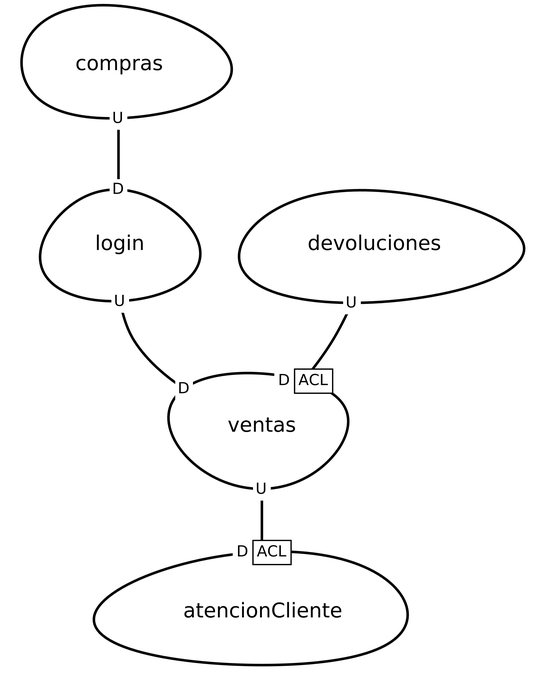
Earlier version of the Graphviz export src-gen/LAB02_proyectoEcomerce_ContexMapper_ContextMap.png (Jhonat20/LAB02_proyectoEcomerce_ContexMapper). Its source is kept beside it as src-gen/LAB02_proyectoEcomerce_ContexMapper_ContextMap.gv.
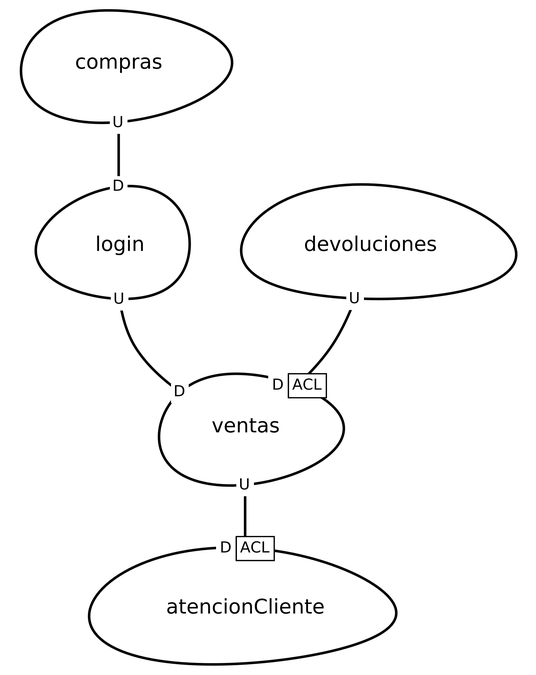
Above is the later version.

What changed in the source:
```diff
@@ -1,10 +1,10 @@
 digraph "ContextMapGraph" {
 graph ["imagepath"="/tmp/GraphvizJava"]
-"atencionCliente" ["margin"="0.3","orientation"="58","shape"="egg","fontsize"="16","style"="bold","label"="atencionCliente\n","fontname"="sans-serif"]
-"compras" ["margin"="0.3","orientation"="48","shape"="egg","fontsize"="16","style"="bold","label"="compras\n","fontname"="sans-serif"]
-"login" ["margin"="0.3","orientation"="140","shape"="egg","fontsize"="16","style"="bold","label"="login\n","fontname"="sans-serif"]
-"ventas" ["margin"="0.3","orientation"="287","shape"="egg","fontsize"="16","style"="bold","label"="ventas\n","fontname"="sans-serif"]
-"devoluciones" ["margin"="0.3","orientation"="243","shape"="egg","fontsize"="16","style"="bold","label"="devoluciones\n","fontname"="sans-serif"]
+"atencionCliente" ["margin"="0.3","orientation"="221","shape"="egg","fontsize"="16","style"="bold","label"="atencionCliente\n","fontname"="sans-serif"]
+"compras" ["margin"="0.3","orientation"="194","shape"="egg","fontsize"="16","style"="bold","label"="compras\n","fontname"="sans-serif"]
+"login" ["margin"="0.3","orientation"="288","shape"="egg","fontsize"="16","style"="bold","label"="login\n","fontname"="sans-serif"]
+"ventas" ["margin"="0.3","orientation"="207","shape"="egg","fontsize"="16","style"="bold","label"="ventas\n","fontname"="sans-serif"]
+"devoluciones" ["margin"="0.3","orientation"="236","shape"="egg","fontsize"="16","style"="bold","label"="devoluciones\n","fontname"="sans-serif"]
 "compras" -> "login" ["headlabel"=<<table cellspacing="0" cellborder="0" border="0">
 <tr><td bgcolor="white">D</td></tr>
 </table>>,"labeldistance"="0","fontsize"="12","taillabel"=<<table cellspacing="0" cellborder="0" border="0">
```
